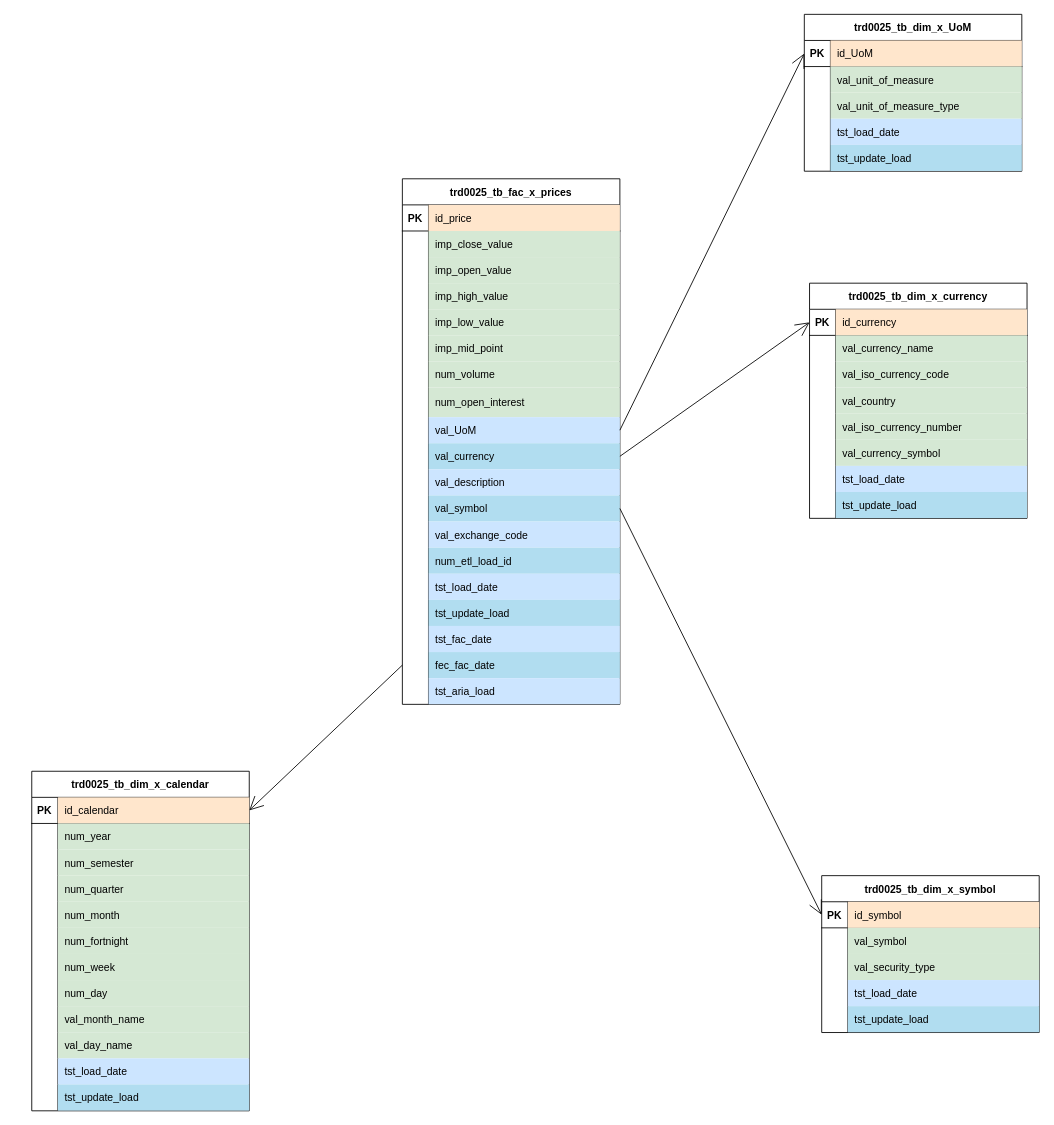
Earlier version of the draw.io diagram ModeloDatosMiniPoc.drawio (robertoOlmedo/TDDPublic). Source tidied: cells renumbered, new cells numbered last; positions are measured from the earlier drawing's top-left corner, leaving out a move shared by most shapes. Both pictures are drawn from the tidied source at 87%, with x=0, y=0 at pixel (31, 14).
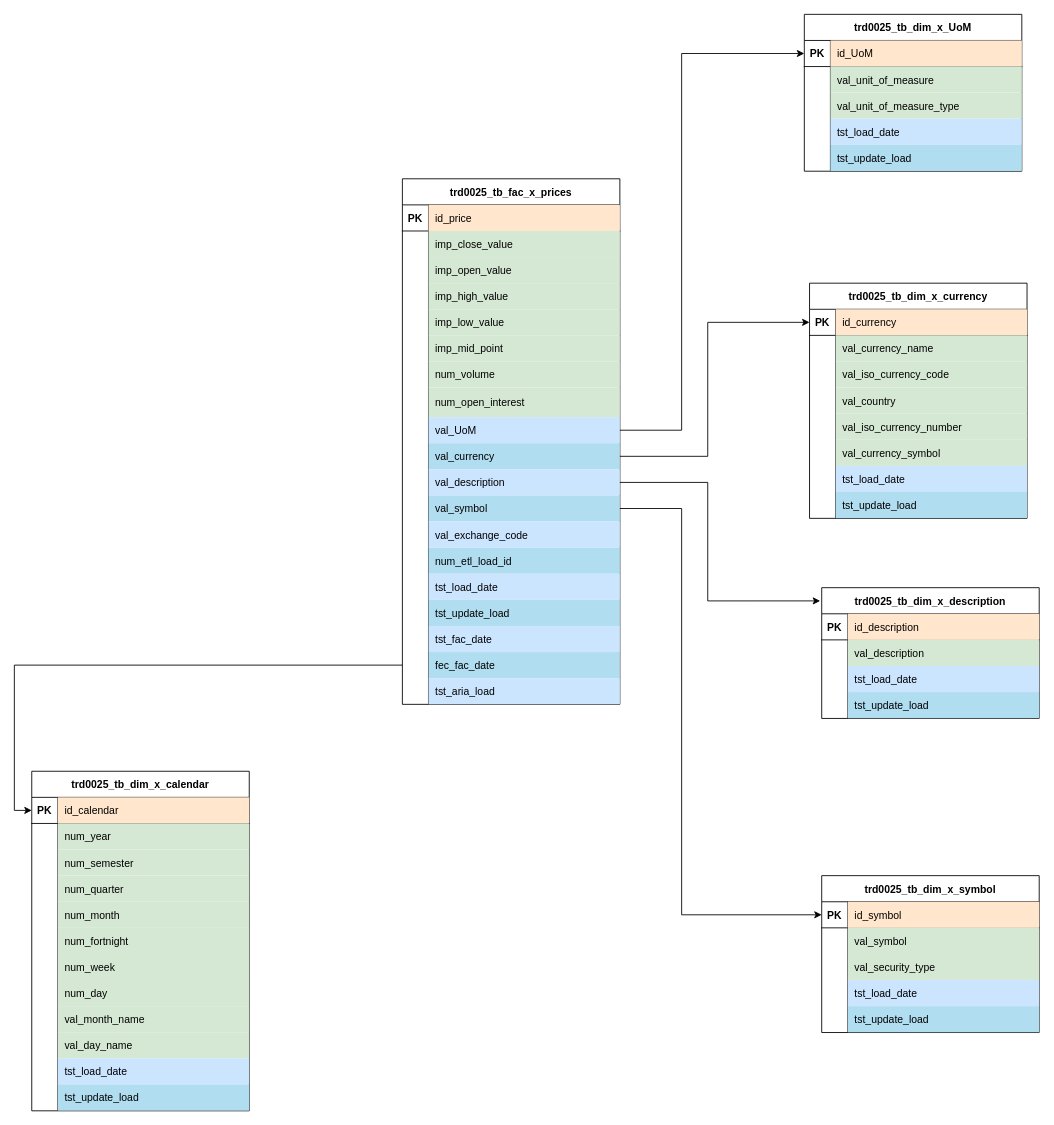
The same diagram, later.

Commit message:
Añadido dimension description y cambiadas las flechas

The change refers to these unchanged cells:
```xml
<mxCell id="27" style="shape=partialRectangle;fillColor=none;points=[[0,0.5],[1,0.5]];portConstraint=eastwest;top=0;left=0;right=0;bottom=0;rounded=0;" parent="2" vertex="1">
  <mxGeometry y="274" width="250" height="30" as="geometry" />
</mxCell>
<mxCell id="30" style="shape=partialRectangle;fillColor=none;points=[[0,0.5],[1,0.5]];portConstraint=eastwest;top=0;left=0;right=0;bottom=0;rounded=0;" parent="2" vertex="1">
  <mxGeometry y="304" width="250" height="30" as="geometry" />
</mxCell>
<mxCell id="33" style="shape=partialRectangle;fillColor=none;points=[[0,0.5],[1,0.5]];portConstraint=eastwest;top=0;left=0;right=0;bottom=0;rounded=0;" parent="2" vertex="1">
  <mxGeometry y="334" width="250" height="30" as="geometry" />
</mxCell>
<mxCell id="36" style="shape=partialRectangle;fillColor=none;points=[[0,0.5],[1,0.5]];portConstraint=eastwest;top=0;left=0;right=0;bottom=0;rounded=0;" parent="2" vertex="1">
  <mxGeometry y="364" width="250" height="30" as="geometry" />
</mxCell>
<mxCell id="54" style="shape=partialRectangle;fillColor=none;points=[[0,0.5],[1,0.5]];portConstraint=eastwest;top=0;left=0;right=0;bottom=0;rounded=0;" parent="2" vertex="1">
  <mxGeometry y="544" width="250" height="30" as="geometry" />
</mxCell>
<mxCell id="61" style="shape=partialRectangle;fillColor=none;points=[[0,0.5],[1,0.5]];portConstraint=eastwest;top=0;left=0;right=0;bottom=1;rounded=0;" parent="60" vertex="1">
  <mxGeometry y="30" width="250" height="30" as="geometry" />
</mxCell>
<mxCell id="86" style="shape=partialRectangle;fillColor=none;points=[[0,0.5],[1,0.5]];portConstraint=eastwest;top=0;left=0;right=0;bottom=1;rounded=0;" parent="85" vertex="1">
  <mxGeometry y="30" width="250" height="30" as="geometry" />
</mxCell>
<mxCell id="102" style="shape=partialRectangle;fillColor=none;points=[[0,0.5],[1,0.5]];portConstraint=eastwest;top=0;left=0;right=0;bottom=1;rounded=0;" parent="101" vertex="1">
  <mxGeometry y="30" width="250" height="30" as="geometry" />
</mxCell>
<mxCell id="118" style="shape=partialRectangle;fillColor=none;points=[[0,0.5],[1,0.5]];portConstraint=eastwest;top=0;left=0;right=0;bottom=1;rounded=0;" parent="117" vertex="1">
  <mxGeometry y="30" width="250" height="30" as="geometry" />
</mxCell>
```

Diff of the diagram source:
```diff
@@
+    <mxCell id="158" value="trd0025_tb_dim_x_description" style="shape=table;startSize=30;childLayout=tableLayout;rowLines=0;fontStyle=1;align=center;strokeColor=#000000;rounded=0;" parent="1" vertex="1">
+      <mxGeometry x="908" y="659" width="250" height="150.3" as="geometry" />
+    </mxCell>
+    <mxCell id="159" style="shape=partialRectangle;fillColor=none;top=0;left=0;right=0;bottom=1;rounded=0;" parent="158" vertex="1">
+      <mxGeometry y="30" width="250" height="30" as="geometry" />
+    </mxCell>
+    <mxCell id="160" value="PK" style="shape=partialRectangle;overflow=hidden;fillColor=none;top=0;left=0;bottom=0;right=0;fontStyle=1;rounded=0;" parent="159" vertex="1">
+      <mxGeometry width="30" height="30" as="geometry" />
+    </mxCell>
+    <mxCell id="161" value="id_description" style="shape=partialRectangle;overflow=hidden;fillColor=#ffe6cc;top=0;left=0;bottom=0;right=0;align=left;spacingLeft=6;fontStyle=0;strokeColor=#d79b00;rounded=0;" parent="159" vertex="1">
+      <mxGeometry x="30" width="220" height="30" as="geometry" />
+    </mxCell>
+    <mxCell id="162" style="shape=partialRectangle;fillColor=none;top=0;left=0;right=0;bottom=0;rounded=0;" parent="158" vertex="1">
+      <mxGeometry y="60" width="250" height="30" as="geometry" />
+    </mxCell>
+    <mxCell id="163" style="shape=partialRectangle;overflow=hidden;fillColor=none;top=0;left=0;bottom=0;right=0;rounded=0;" parent="162" vertex="1">
+      <mxGeometry width="30" height="30" as="geometry" />
+    </mxCell>
+    <mxCell id="164" value="val_description" style="shape=partialRectangle;overflow=hidden;fillColor=#d5e8d4;top=0;left=0;bottom=0;right=0;align=left;spacingLeft=6;strokeColor=#82b366;perimeterSpacing=1;rounded=0;" parent="162" vertex="1">
+      <mxGeometry x="30" width="220" height="30" as="geometry" />
+    </mxCell>
+    <mxCell id="165" style="shape=partialRectangle;fillColor=none;top=0;left=0;right=0;bottom=0;rounded=0;" parent="158" vertex="1">
+      <mxGeometry y="90" width="250" height="30" as="geometry" />
+    </mxCell>
+    <mxCell id="166" style="shape=partialRectangle;overflow=hidden;fillColor=none;top=0;left=0;bottom=0;right=0;rounded=0;" parent="165" vertex="1">
+      <mxGeometry width="30" height="30" as="geometry" />
+    </mxCell>
+    <mxCell id="167" value="tst_load_date" style="shape=partialRectangle;overflow=hidden;fillColor=#cce5ff;top=0;left=0;bottom=0;right=0;align=left;spacingLeft=6;strokeColor=#36393d;perimeterSpacing=1;rounded=0;" parent="165" vertex="1">
+      <mxGeometry x="30" width="220" height="30" as="geometry" />
+    </mxCell>
+    <mxCell id="168" style="shape=partialRectangle;fillColor=none;top=0;left=0;right=0;bottom=0;rounded=0;" parent="158" vertex="1">
+      <mxGeometry y="120" width="250" height="30" as="geometry" />
+    </mxCell>
+    <mxCell id="169" style="shape=partialRectangle;overflow=hidden;fillColor=none;top=0;left=0;bottom=0;right=0;rounded=0;" parent="168" vertex="1">
+      <mxGeometry width="30" height="30" as="geometry" />
+    </mxCell>
+    <mxCell id="170" value="tst_update_load" style="shape=partialRectangle;overflow=hidden;fillColor=#b1ddf0;top=0;left=0;bottom=0;right=0;align=left;spacingLeft=6;strokeColor=#10739e;perimeterSpacing=1;rounded=0;" parent="168" vertex="1">
+      <mxGeometry x="30" width="220" height="30" as="geometry" />
+    </mxCell>
+    <mxCell id="171" style="edgeStyle=orthogonalEdgeStyle;rounded=0;jettySize=auto;html=1;entryX=-0.007;entryY=0.101;entryDx=0;entryDy=0;entryPerimeter=0;" parent="1" edge="1" source="33" target="158">
+      <mxGeometry relative="1" as="geometry">
+        <Array as="points">
+          <mxPoint x="777" y="538" />
+          <mxPoint x="777" y="674" />
+        </Array>
+      </mxGeometry>
+    </mxCell>
+    <mxCell id="156" style="edgeStyle=orthogonalEdgeStyle;rounded=0;jettySize=auto;html=1;entryX=0;entryY=0.5;entryDx=0;entryDy=0;" parent="1" edge="1" source="36" target="102">
+      <mxGeometry relative="1" as="geometry">
+        <Array as="points">
+          <mxPoint x="747" y="568" />
+          <mxPoint x="747" y="1035" />
+        </Array>
+      </mxGeometry>
+    </mxCell>
+    <mxCell id="155" style="edgeStyle=orthogonalEdgeStyle;rounded=0;jettySize=auto;html=1;entryX=0;entryY=0.5;entryDx=0;entryDy=0;" parent="1" edge="1" source="30" target="61">
+      <mxGeometry relative="1" as="geometry">
+        <Array as="points">
+          <mxPoint x="777" y="508" />
+          <mxPoint x="777" y="354" />
+        </Array>
+      </mxGeometry>
+    </mxCell>
-    <mxCell id="154" style="edgeStyle=none;rounded=0;jettySize=auto;html=1;entryX=0;entryY=0.5;entryDx=0;entryDy=0;endArrow=open;startSize=14;endSize=14;sourcePerimeterSpacing=8;targetPerimeterSpacing=8;exitX=1;exitY=0.5;exitDx=0;exitDy=0;" parent="1" edge="1" source="27" target="86">
-      <mxGeometry relative="1" as="geometry" />
+    <mxCell id="154" style="edgeStyle=orthogonalEdgeStyle;rounded=0;jettySize=auto;html=1;entryX=0;entryY=0.5;entryDx=0;entryDy=0;" parent="1" edge="1" source="27" target="86">
+      <mxGeometry relative="1" as="geometry">
+        <Array as="points">
+          <mxPoint x="747" y="478" />
+          <mxPoint x="747" y="45" />
+        </Array>
+      </mxGeometry>
     </mxCell>
-    <mxCell id="155" style="edgeStyle=none;rounded=0;jettySize=auto;html=1;entryX=0;entryY=0.5;entryDx=0;entryDy=0;endArrow=open;startSize=14;endSize=14;sourcePerimeterSpacing=8;targetPerimeterSpacing=8;exitX=1;exitY=0.5;exitDx=0;exitDy=0;" parent="1" edge="1" source="30" target="61">
-      <mxGeometry relative="1" as="geometry" />
-    </mxCell>
-    <mxCell id="156" style="edgeStyle=none;rounded=0;jettySize=auto;html=1;entryX=0;entryY=0.5;entryDx=0;entryDy=0;endArrow=open;startSize=14;endSize=14;sourcePerimeterSpacing=8;targetPerimeterSpacing=8;exitX=1;exitY=0.5;exitDx=0;exitDy=0;" parent="1" edge="1" source="36" target="102">
-      <mxGeometry relative="1" as="geometry" />
-    </mxCell>
-    <mxCell id="157" style="edgeStyle=none;rounded=0;jettySize=auto;html=1;entryX=1;entryY=0.5;entryDx=0;entryDy=0;endArrow=open;startSize=14;endSize=14;sourcePerimeterSpacing=8;targetPerimeterSpacing=8;exitX=0;exitY=0.5;exitDx=0;exitDy=0;" parent="1" edge="1" source="54" target="118">
+    <mxCell id="157" style="edgeStyle=orthogonalEdgeStyle;rounded=0;jettySize=auto;html=1;entryX=0;entryY=0.5;entryDx=0;entryDy=0;" parent="1" edge="1" source="54" target="118">
       <mxGeometry relative="1" as="geometry" />
     </mxCell>
```
